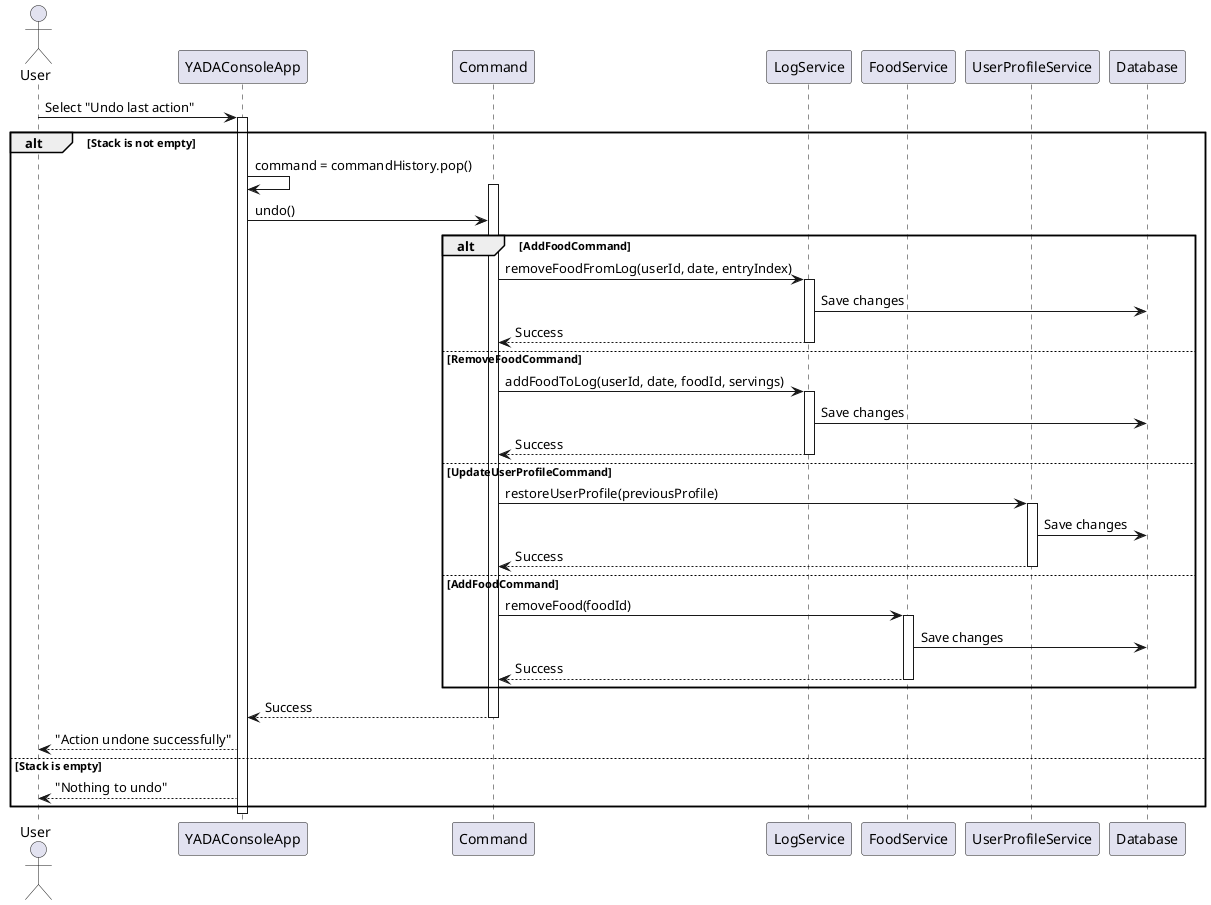
mayank3135432/diet_manager-cli keeps this PlantUML diagram as docs/Sequence/Undoing_a_Command.png. Above is the earlier version.
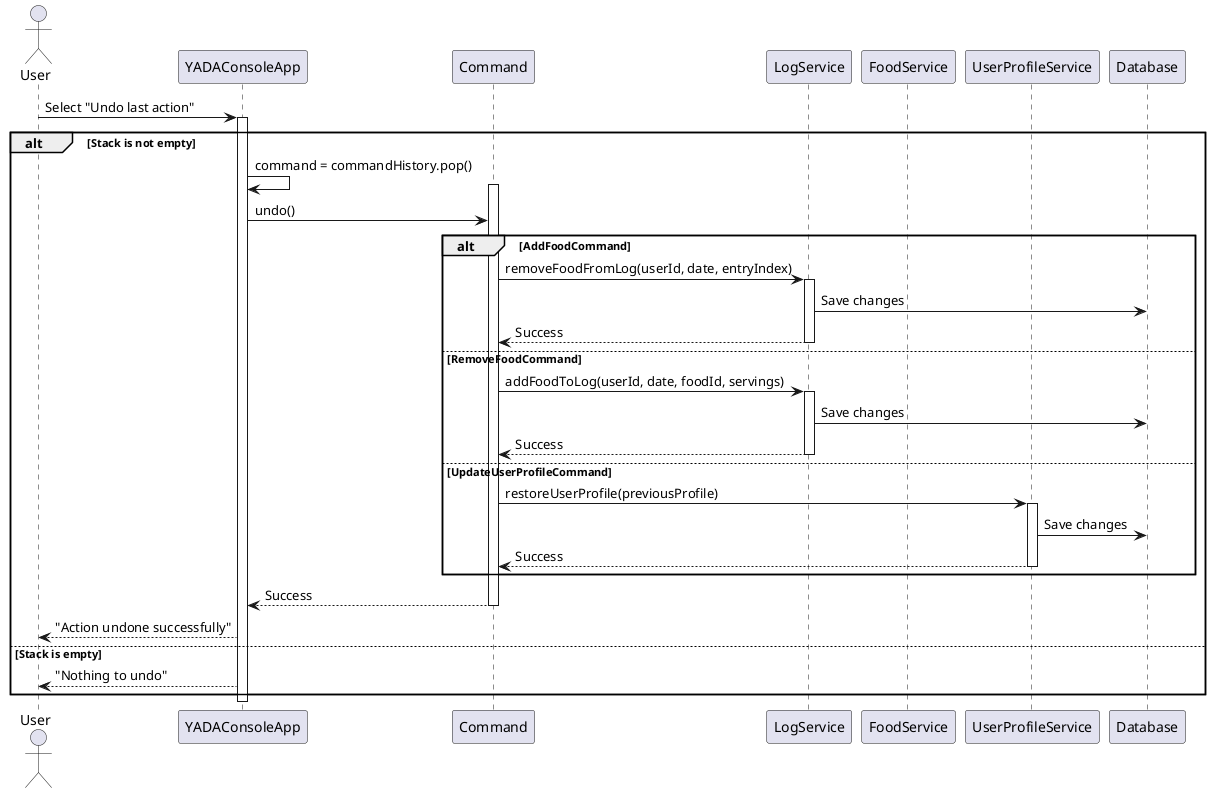
The same diagram one commit later.

Commit message:
fixed sequence for undo stuff

What changed in the source:
```diff
@@ -34,12 +34,6 @@
         UserSvc -> DB: Save changes
         UserSvc --> Cmd: Success
         deactivate UserSvc
-    else AddFoodCommand
-        Cmd -> FoodSvc: removeFood(foodId)
-        activate FoodSvc
-        FoodSvc -> DB: Save changes
-        FoodSvc --> Cmd: Success
-        deactivate FoodSvc
     end
 
     Cmd --> App: Success
```
